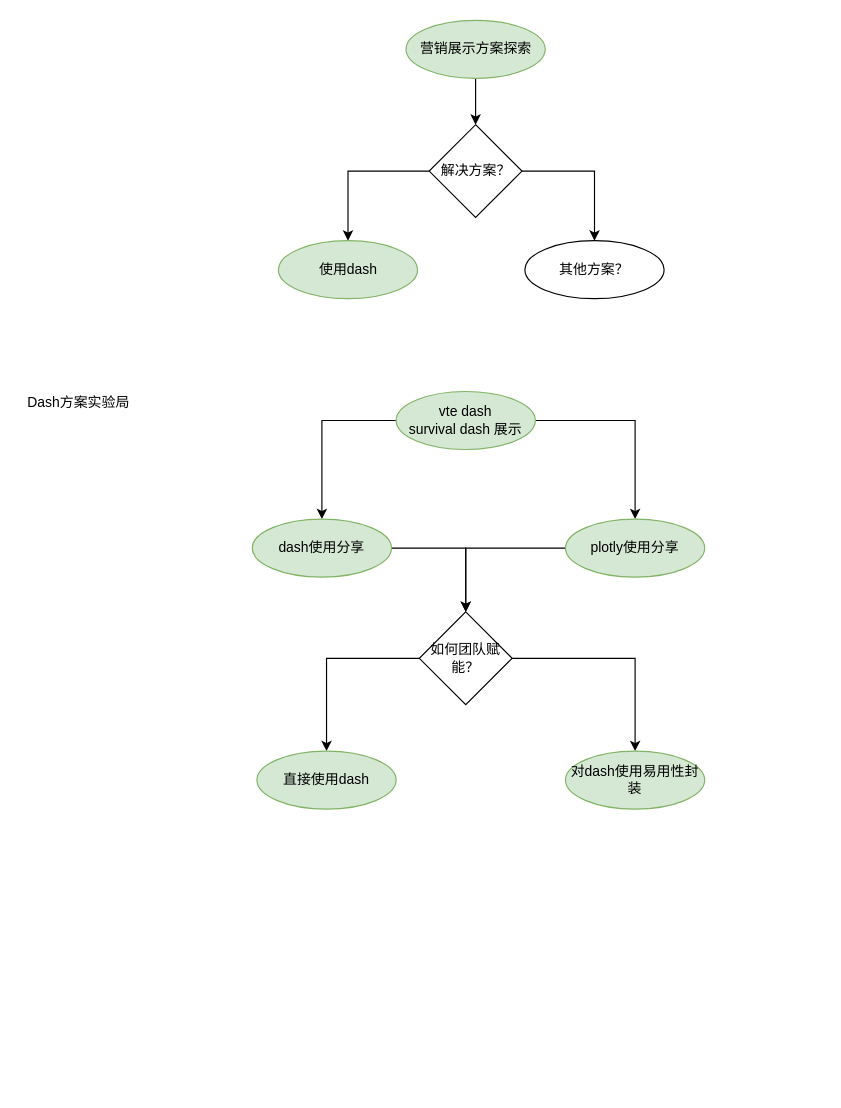
Before: Untitled Diagram.drawio in sophsticate/drawio, a draw.io diagram. Source tidied: cells renumbered, new cells numbered last; positions are measured from the earlier drawing's top-left corner, leaving out a move shared by most shapes. Both pictures are drawn from the tidied source at 116%, with x=0, y=0 at pixel (20, 20).
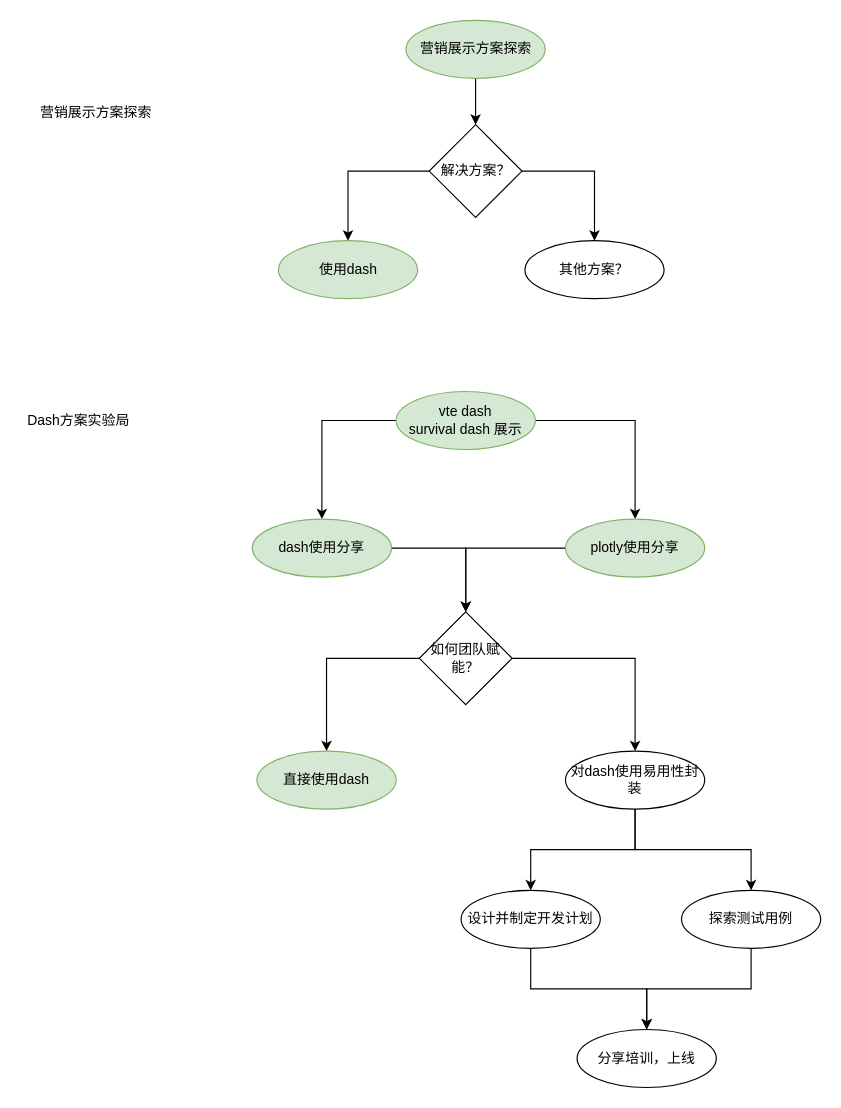
After the change.

Commit message:
推进营销展示方案探索

Diff of the diagram source:
```diff
@@
     <mxCell id="12" value="Dash方案实验局" style="text;html=1;align=center;verticalAlign=middle;" parent="1" vertex="1">
-      <mxGeometry y="320" width="100" height="20" as="geometry" />
+      <mxGeometry y="335" width="100" height="20" as="geometry" />
     </mxCell>
@@
+    <mxCell id="22" style="edgeStyle=orthogonalEdgeStyle;rounded=0;jettySize=auto;html=1;entryX=0.5;entryY=0;entryDx=0;entryDy=0;" parent="1" edge="1" source="21" target="25">
+      <mxGeometry relative="1" as="geometry" />
+    </mxCell>
+    <mxCell id="23" style="edgeStyle=orthogonalEdgeStyle;rounded=0;jettySize=auto;html=1;" parent="1" edge="1" source="21" target="27">
+      <mxGeometry relative="1" as="geometry" />
+    </mxCell>
-    <mxCell id="21" value="&lt;span&gt;对dash使用易用性封装&lt;/span&gt;" style="ellipse;whiteSpace=wrap;html=1;fillColor=#d5e8d4;strokeColor=#82b366;" parent="1" vertex="1">
+    <mxCell id="21" value="&lt;span&gt;对dash使用易用性封装&lt;/span&gt;" style="ellipse;whiteSpace=wrap;html=1;" parent="1" vertex="1">
       <mxGeometry x="470" y="630" width="120" height="50" as="geometry" />
     </mxCell>
+    <mxCell id="24" style="edgeStyle=orthogonalEdgeStyle;rounded=0;jettySize=auto;html=1;" parent="1" edge="1" source="25" target="28">
+      <mxGeometry relative="1" as="geometry" />
+    </mxCell>
+    <mxCell id="25" value="设计并制定开发计划" style="ellipse;whiteSpace=wrap;html=1;" parent="1" vertex="1">
+      <mxGeometry x="380" y="750" width="120" height="50" as="geometry" />
+    </mxCell>
+    <mxCell id="26" style="edgeStyle=orthogonalEdgeStyle;rounded=0;jettySize=auto;html=1;entryX=0.5;entryY=0;entryDx=0;entryDy=0;" parent="1" edge="1" source="27" target="28">
+      <mxGeometry relative="1" as="geometry" />
+    </mxCell>
+    <mxCell id="27" value="探索测试用例" style="ellipse;whiteSpace=wrap;html=1;" parent="1" vertex="1">
+      <mxGeometry x="570" y="750" width="120" height="50" as="geometry" />
+    </mxCell>
+    <mxCell id="28" value="分享培训，上线" style="ellipse;whiteSpace=wrap;html=1;" parent="1" vertex="1">
+      <mxGeometry x="480" y="870" width="120" height="50" as="geometry" />
+    </mxCell>
+    <mxCell id="29" value="营销展示方案探索" style="text;html=1;align=center;verticalAlign=middle;" parent="1" vertex="1">
+      <mxGeometry x="10" y="70" width="110" height="20" as="geometry" />
+    </mxCell>
```
